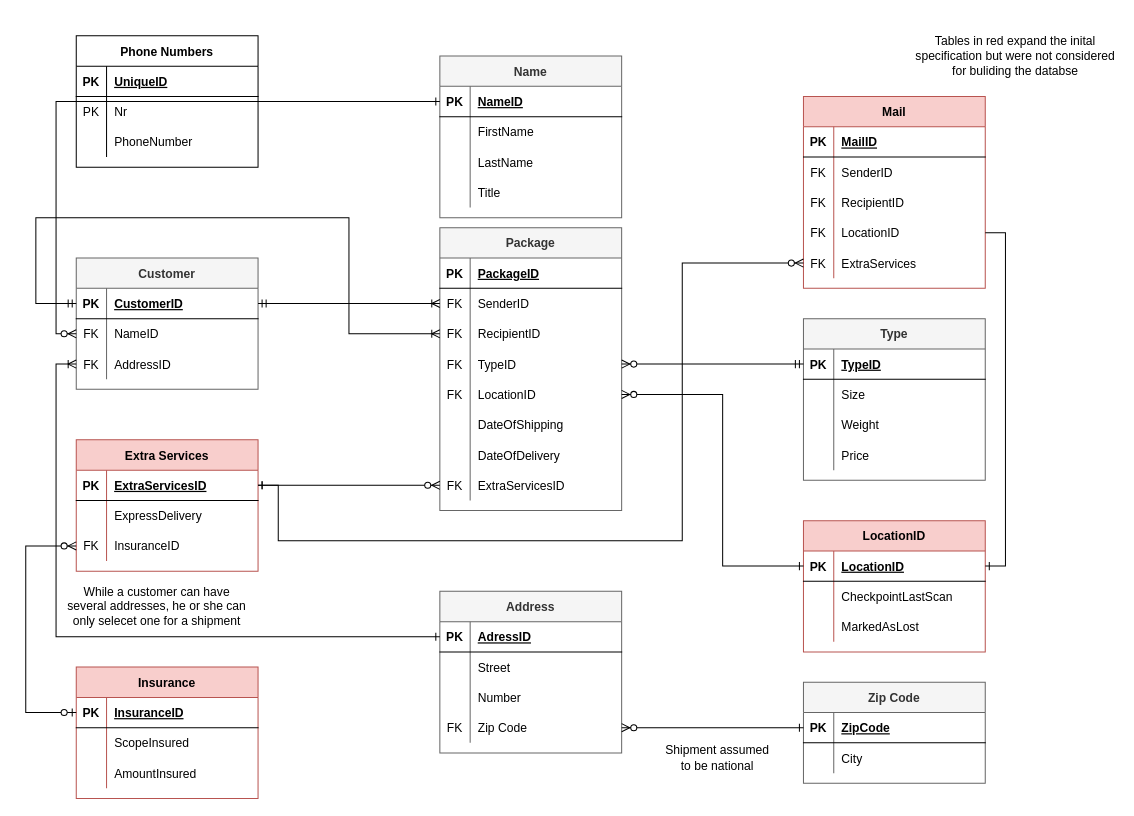
Above: page "Step-4 (Bonus)" (5 of 5) of MailDeliveryServices.drawio in 20180912/CFLMS-Mark-CodeReview-09 (draw.io), before the change. Source tidied: cells renumbered, new cells numbered last; positions are measured from the earlier drawing's top-left corner, leaving out a move shared by most shapes. Both pictures are drawn from the tidied source at 101%, with x=0, y=0 at pixel (25, 35).
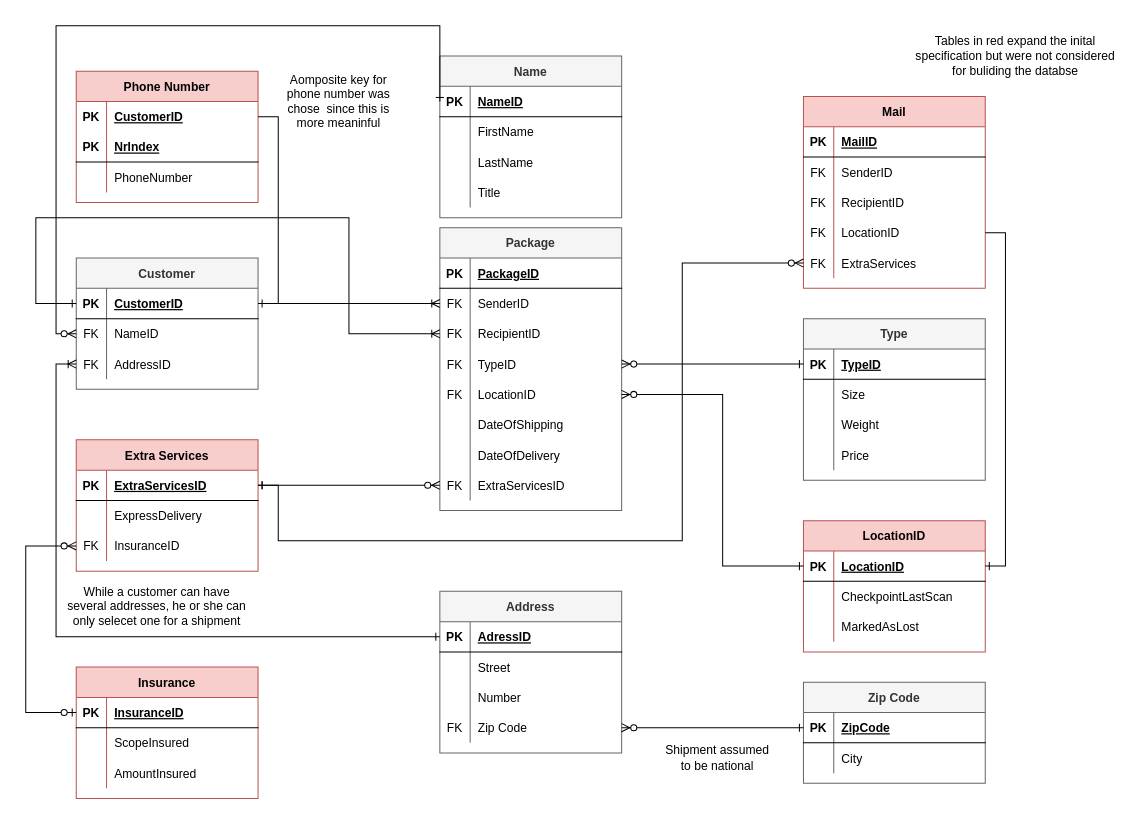
The same diagram, later.

Unchanged cells that the change refers to:
```xml
<mxCell id="6" style="shape=partialRectangle;fillColor=none;top=0;left=0;bottom=0;right=0;points=[[0,0.5],[1,0.5]];portConstraint=eastwest;" parent="2" vertex="1">
  <mxGeometry y="60" width="180" height="30" as="geometry" />
</mxCell>
<mxCell id="9" style="shape=partialRectangle;fillColor=none;top=0;left=0;bottom=0;right=0;points=[[0,0.5],[1,0.5]];portConstraint=eastwest;" parent="2" vertex="1">
  <mxGeometry y="90" width="180" height="30" as="geometry" />
</mxCell>
<mxCell id="12" style="shape=partialRectangle;fillColor=none;top=0;left=0;bottom=0;right=0;points=[[0,0.5],[1,0.5]];portConstraint=eastwest;" parent="2" vertex="1">
  <mxGeometry y="120" width="180" height="30" as="geometry" />
</mxCell>
<mxCell id="28" style="shape=partialRectangle;fillColor=none;top=0;left=0;bottom=1;right=0;points=[[0,0.5],[1,0.5]];portConstraint=eastwest;" parent="27" vertex="1">
  <mxGeometry y="30" width="180" height="30" as="geometry" />
</mxCell>
<mxCell id="31" style="shape=partialRectangle;fillColor=none;top=0;left=0;bottom=0;right=0;points=[[0,0.5],[1,0.5]];portConstraint=eastwest;" parent="27" vertex="1">
  <mxGeometry y="60" width="180" height="30" as="geometry" />
</mxCell>
<mxCell id="54" style="shape=partialRectangle;fillColor=none;top=0;left=0;bottom=1;right=0;points=[[0,0.5],[1,0.5]];portConstraint=eastwest;" parent="53" vertex="1">
  <mxGeometry y="30" width="180" height="30" as="geometry" />
</mxCell>
<mxCell id="78" style="shape=partialRectangle;fillColor=none;top=0;left=0;bottom=1;right=0;points=[[0,0.5],[1,0.5]];portConstraint=eastwest;" parent="77" vertex="1">
  <mxGeometry y="30" width="180" height="30" as="geometry" />
</mxCell>
```

Diff of the diagram source:
```diff
@@
-    <mxCell id="37" style="edgeStyle=orthogonalEdgeStyle;rounded=0;jettySize=auto;html=1;exitX=1;exitY=0.5;exitDx=0;exitDy=0;entryX=0;entryY=0.5;entryDx=0;entryDy=0;startArrow=ERmandOne;startFill=0;endArrow=ERoneToMany;endFill=0;" parent="1" edge="1" source="28" target="6">
+    <mxCell id="37" style="edgeStyle=orthogonalEdgeStyle;rounded=0;jettySize=auto;html=1;exitX=1;exitY=0.5;exitDx=0;exitDy=0;entryX=0;entryY=0.5;entryDx=0;entryDy=0;startArrow=ERone;startFill=0;endArrow=ERoneToMany;endFill=0;" parent="1" edge="1" source="28" target="6">
       <mxGeometry relative="1" as="geometry" />
     </mxCell>
-    <mxCell id="38" style="edgeStyle=orthogonalEdgeStyle;rounded=0;jettySize=auto;html=1;exitX=0;exitY=0.5;exitDx=0;exitDy=0;entryX=0;entryY=0.5;entryDx=0;entryDy=0;startArrow=ERoneToMany;startFill=0;endArrow=ERmandOne;endFill=0;" parent="1" edge="1" source="9" target="28">
+    <mxCell id="38" style="edgeStyle=orthogonalEdgeStyle;rounded=0;jettySize=auto;html=1;exitX=0;exitY=0.5;exitDx=0;exitDy=0;entryX=0;entryY=0.5;entryDx=0;entryDy=0;startArrow=ERoneToMany;startFill=0;endArrow=ERone;endFill=0;" parent="1" edge="1" source="9" target="28">
       <mxGeometry relative="1" as="geometry">
         <Array as="points">
           <mxPoint x="320" y="295" />
           <mxPoint x="320" y="180" />
           <mxPoint x="10" y="180" />
           <mxPoint x="10" y="265" />
         </Array>
       </mxGeometry>
     </mxCell>
@@
-    <mxCell id="66" style="edgeStyle=orthogonalEdgeStyle;rounded=0;jettySize=auto;html=1;exitX=1;exitY=0.5;exitDx=0;exitDy=0;entryX=0;entryY=0.5;entryDx=0;entryDy=0;startArrow=ERzeroToMany;startFill=1;endArrow=ERmandOne;endFill=0;" parent="1" edge="1" source="12" target="54">
+    <mxCell id="66" style="edgeStyle=orthogonalEdgeStyle;rounded=0;jettySize=auto;html=1;exitX=1;exitY=0.5;exitDx=0;exitDy=0;entryX=0;entryY=0.5;entryDx=0;entryDy=0;startArrow=ERzeroToMany;startFill=1;endArrow=ERone;endFill=0;" parent="1" edge="1" source="12" target="54">
       <mxGeometry relative="1" as="geometry" />
     </mxCell>
@@
     <mxCell id="90" style="edgeStyle=orthogonalEdgeStyle;rounded=0;jettySize=auto;html=1;exitX=0;exitY=0.5;exitDx=0;exitDy=0;entryX=0;entryY=0.5;entryDx=0;entryDy=0;startArrow=ERzeroToMany;startFill=1;endArrow=ERone;endFill=0;" parent="1" edge="1" source="31" target="78">
-      <mxGeometry relative="1" as="geometry" />
+      <mxGeometry relative="1" as="geometry">
+        <Array as="points">
+          <mxPoint x="30" y="295" />
+          <mxPoint x="30" y="-10" />
+          <mxPoint x="410" y="-10" />
+        </Array>
+      </mxGeometry>
     </mxCell>
@@
-    <mxCell id="143" value="Phone Numbers" style="shape=table;startSize=30;childLayout=tableLayout;rowLines=0;fontStyle=1;align=center;" parent="1" vertex="1">
-      <mxGeometry x="50" width="180" height="130" as="geometry" />
+    <mxCell id="143" value="Phone Number" style="shape=table;startSize=30;childLayout=tableLayout;rowLines=0;fontStyle=1;align=center;fillColor=#f8cecc;strokeColor=#b85450;" parent="1" vertex="1">
+      <mxGeometry x="50" y="35" width="180" height="130" as="geometry" />
     </mxCell>
-    <mxCell id="144" style="shape=partialRectangle;fillColor=none;top=0;left=0;bottom=1;right=0;points=[[0,0.5],[1,0.5]];portConstraint=eastwest;" parent="143" vertex="1">
+    <mxCell id="144" style="shape=partialRectangle;fillColor=none;top=0;left=0;bottom=1;right=0;points=[[0,0.5],[1,0.5]];portConstraint=eastwest;strokeColor=none;" parent="143" vertex="1">
       <mxGeometry y="30" width="180" height="30" as="geometry" />
     </mxCell>
-    <mxCell id="145" value="PK" style="shape=partialRectangle;fillColor=none;top=0;left=0;bottom=0;right=0;fontStyle=1;overflow=hidden;" parent="144" vertex="1">
+    <mxCell id="145" value="PK" style="shape=partialRectangle;fillColor=none;top=0;left=0;bottom=0;right=0;fontStyle=1;overflow=hidden;strokeColor=none;" parent="144" vertex="1">
       <mxGeometry width="30" height="30" as="geometry" />
     </mxCell>
-    <mxCell id="146" value="UniqueID" style="shape=partialRectangle;fillColor=none;top=0;left=0;bottom=0;right=0;align=left;spacingLeft=6;fontStyle=5;overflow=hidden;" parent="144" vertex="1">
+    <mxCell id="146" value="CustomerID" style="shape=partialRectangle;fillColor=none;top=0;left=0;bottom=0;right=0;align=left;spacingLeft=6;fontStyle=5;overflow=hidden;strokeColor=none;" parent="144" vertex="1">
       <mxGeometry x="30" width="150" height="30" as="geometry" />
     </mxCell>
-    <mxCell id="147" style="shape=partialRectangle;fillColor=none;top=0;left=0;bottom=0;right=0;" parent="143" vertex="1">
-      <mxGeometry y="60" width="180" height="30" as="geometry" />
-    </mxCell>
+    <mxCell id="153" style="shape=partialRectangle;fillColor=none;top=0;left=0;bottom=1;right=0;" parent="143" vertex="1">
+      <mxGeometry y="60" width="180" height="30" as="geometry" />
+    </mxCell>
-    <mxCell id="148" value="PK" style="shape=partialRectangle;fillColor=none;top=0;left=0;bottom=0;right=0;overflow=hidden;" parent="147" vertex="1">
+    <mxCell id="148" value="PK" style="shape=partialRectangle;fillColor=none;top=0;left=0;bottom=0;right=0;fontStyle=1;overflow=hidden;" parent="153" vertex="1">
       <mxGeometry width="30" height="30" as="geometry" />
     </mxCell>
-    <mxCell id="149" value="Nr" style="shape=partialRectangle;fillColor=none;top=0;left=0;bottom=0;right=0;align=left;spacingLeft=6;overflow=hidden;" parent="147" vertex="1">
-      <mxGeometry x="30" width="150" height="30" as="geometry" />
-    </mxCell>
+    <mxCell id="154" value="NrIndex" style="shape=partialRectangle;fillColor=none;top=0;left=0;bottom=0;right=0;align=left;spacingLeft=6;fontStyle=5;overflow=hidden;" parent="153" vertex="1">
+      <mxGeometry x="30" width="150" height="30" as="geometry" />
+    </mxCell>
@@
+    <mxCell id="155" value="Aomposite key for phone number was chose&amp;nbsp; since this is more meaninful" style="text;html=1;strokeColor=none;fillColor=none;align=center;verticalAlign=middle;whiteSpace=wrap;rounded=0;" parent="1" vertex="1">
+      <mxGeometry x="250" y="35" width="120" height="60" as="geometry" />
+    </mxCell>
+    <mxCell id="156" style="edgeStyle=orthogonalEdgeStyle;rounded=0;jettySize=auto;html=1;exitX=1;exitY=0.5;exitDx=0;exitDy=0;entryX=1;entryY=0.5;entryDx=0;entryDy=0;startArrow=none;startFill=0;endArrow=none;endFill=0;" parent="1" edge="1" source="28" target="144">
+      <mxGeometry relative="1" as="geometry" />
+    </mxCell>
```
